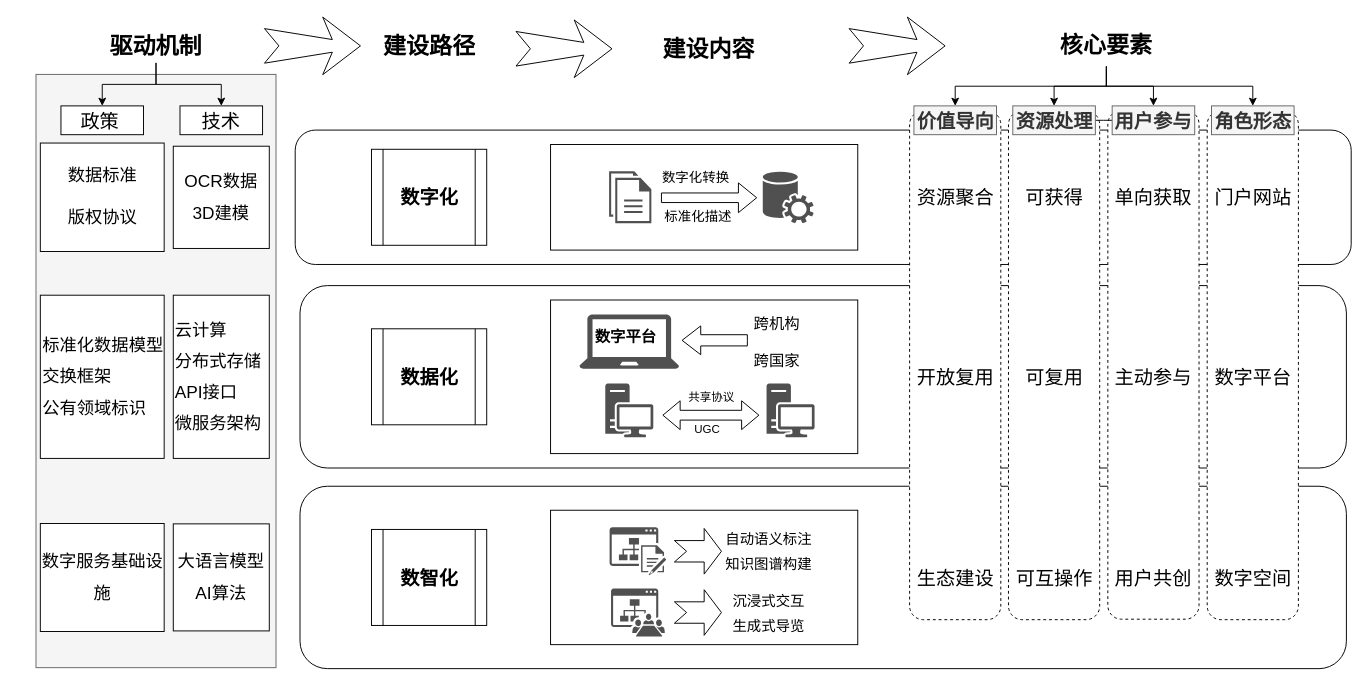
The draw.io diagram 小宝架构1.drawio in Utah-wu/draw.io, before the edit. Source tidied: cells renumbered, new cells numbered last; positions are measured from the earlier drawing's top-left corner, leaving out a move shared by most shapes. Both pictures are drawn from the tidied source at 96%, with x=0, y=0 at pixel (36, 16).
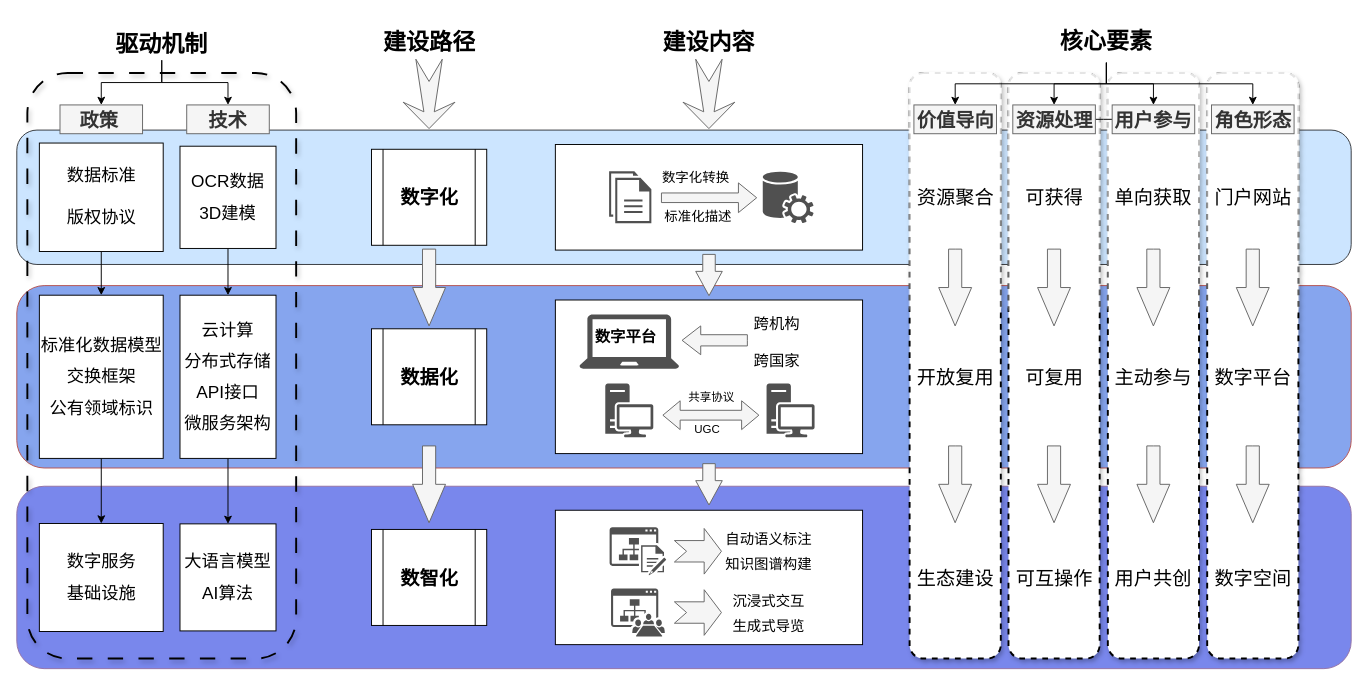
After the change.

Commit message (it also covers changes not shown here):
更新小宝架构1.drawio

The change refers to these unchanged cells:
```xml
<mxCell id="18" style="group;" parent="1" vertex="1">
  <mxGeometry x="651" y="153" width="98" height="70" as="geometry" />
</mxCell>
```

The edit, as a diff of the source:
```diff
@@
-    <mxCell id="2" style="rounded=1;whiteSpace=wrap;html=1;" parent="1" vertex="1">
-      <mxGeometry x="275" y="489" width="1090" height="190" as="geometry" />
+    <mxCell id="2" style="rounded=1;whiteSpace=wrap;html=1;fillColor=light-dark(#7987ec, #392f3f);strokeColor=#9673a6;" parent="1" vertex="1">
+      <mxGeometry x="-20" y="489" width="1390" height="190" as="geometry" />
     </mxCell>
-    <mxCell id="3" style="rounded=1;whiteSpace=wrap;html=1;" parent="1" vertex="1">
-      <mxGeometry x="275" y="280" width="1090" height="190" as="geometry" />
+    <mxCell id="3" style="rounded=1;whiteSpace=wrap;html=1;fillColor=light-dark(#86a5ee, #512d2b);strokeColor=#b85450;" parent="1" vertex="1">
+      <mxGeometry x="-20" y="280" width="1390" height="190" as="geometry" />
     </mxCell>
-    <mxCell id="4" style="rounded=1;whiteSpace=wrap;html=1;" parent="1" vertex="1">
-      <mxGeometry x="270" y="118" width="1100" height="140" as="geometry" />
+    <mxCell id="4" style="rounded=1;whiteSpace=wrap;html=1;fillColor=#cce5ff;strokeColor=#36393d;" parent="1" vertex="1">
+      <mxGeometry x="-20" y="118" width="1390" height="140" as="geometry" />
     </mxCell>
+    <mxCell id="28" style="rounded=1;whiteSpace=wrap;html=1;fillColor=none;dashed=1;dashPattern=8 8;strokeWidth=2;perimeterSpacing=0;shadow=1;glass=1;" parent="1" vertex="1">
+      <mxGeometry x="-9" y="58.5" width="280" height="610" as="geometry" />
+    </mxCell>
-    <mxCell id="5" style="rounded=1;whiteSpace=wrap;html=1;align=left;dashed=1;fontSize=14;" parent="1" vertex="1">
-      <mxGeometry x="1220" y="98" width="95" height="530" as="geometry" />
+    <mxCell id="5" style="rounded=1;whiteSpace=wrap;html=1;align=left;dashed=1;fontSize=14;fillColor=default;strokeWidth=2;perimeterSpacing=0;shadow=1;glass=1;" parent="1" vertex="1">
+      <mxGeometry x="1220" y="58.5" width="95" height="610" as="geometry" />
     </mxCell>
-    <mxCell id="6" style="rounded=1;whiteSpace=wrap;html=1;align=left;dashed=1;fontSize=14;" parent="1" vertex="1">
-      <mxGeometry x="1116.5" y="97.5" width="95" height="530" as="geometry" />
+    <mxCell id="6" style="rounded=1;whiteSpace=wrap;html=1;align=left;dashed=1;fontSize=14;fillColor=default;strokeWidth=2;perimeterSpacing=0;shadow=1;glass=1;" parent="1" vertex="1">
+      <mxGeometry x="1116.5" y="58.5" width="95" height="610" as="geometry" />
     </mxCell>
-    <mxCell id="7" style="rounded=1;whiteSpace=wrap;html=1;align=left;dashed=1;fontSize=14;" parent="1" vertex="1">
-      <mxGeometry x="1013" y="98" width="95" height="530" as="geometry" />
+    <mxCell id="7" style="rounded=1;whiteSpace=wrap;html=1;align=left;dashed=1;fontSize=14;fillColor=default;strokeWidth=2;perimeterSpacing=0;shadow=1;glass=1;" parent="1" vertex="1">
+      <mxGeometry x="1013" y="58.5" width="95" height="610" as="geometry" />
     </mxCell>
-    <mxCell id="8" style="rounded=1;whiteSpace=wrap;html=1;align=left;dashed=1;fontSize=14;" parent="1" vertex="1">
-      <mxGeometry x="910" y="98" width="95" height="530" as="geometry" />
+    <mxCell id="8" style="rounded=1;whiteSpace=wrap;html=1;align=left;dashed=1;fontSize=14;fillColor=default;strokeWidth=2;perimeterSpacing=0;shadow=1;glass=1;" parent="1" vertex="1">
+      <mxGeometry x="910" y="58.5" width="95" height="610" as="geometry" />
     </mxCell>
     <mxCell id="9" style="rounded=0;whiteSpace=wrap;html=1;" parent="1" vertex="1">
-      <mxGeometry x="536" y="133" width="320" height="110" as="geometry" />
+      <mxGeometry x="541" y="133" width="320" height="110" as="geometry" />
     </mxCell>
     <mxCell id="10" style="rounded=0;whiteSpace=wrap;html=1;" parent="1" vertex="1">
-      <mxGeometry x="536" y="514" width="320" height="140" as="geometry" />
+      <mxGeometry x="541" y="514" width="320" height="140" as="geometry" />
     </mxCell>
     <mxCell id="11" style="rounded=0;whiteSpace=wrap;html=1;" parent="1" vertex="1">
-      <mxGeometry x="536" y="295" width="320" height="160" as="geometry" />
+      <mxGeometry x="541" y="295" width="320" height="160" as="geometry" />
     </mxCell>
@@
     <mxCell id="13" value="&lt;h1 style=&quot;margin-top: 0px;&quot;&gt;核心要素&lt;/h1&gt;" style="text;html=1;whiteSpace=wrap;overflow=hidden;rounded=0;align=center;" parent="1" vertex="1">
-      <mxGeometry x="1036" y="8.8" width="158" height="43" as="geometry" />
+      <mxGeometry x="1036" y="4.8" width="158" height="43" as="geometry" />
     </mxCell>
@@
-    <mxCell id="19" style="shape=flexArrow;endArrow=classic;html=1;rounded=0;exitX=0.538;exitY=0.833;exitDx=0;exitDy=0;exitPerimeter=0;" parent="18" edge="1">
+    <mxCell id="19" style="shape=flexArrow;endArrow=classic;html=1;rounded=0;exitX=0.538;exitY=0.833;exitDx=0;exitDy=0;exitPerimeter=0;fillColor=#f5f5f5;strokeColor=#666666;" parent="18" edge="1">
       <mxGeometry relative="1" as="geometry">
         <mxPoint y="35.5" as="sourcePoint" />
         <mxPoint x="100.2" y="35.5" as="targetPoint" />
       </mxGeometry>
     </mxCell>
@@
-    <mxCell id="23" style="html=1;shadow=0;dashed=0;align=center;verticalAlign=middle;shape=mxgraph.arrows2.arrow;dy=0.61;dx=19.42;flipH=1;notch=0;" parent="1" vertex="1">
+    <mxCell id="23" style="html=1;shadow=0;dashed=0;align=center;verticalAlign=middle;shape=mxgraph.arrows2.arrow;dy=0.61;dx=19.42;flipH=1;notch=0;fillColor=#f5f5f5;strokeColor=#666666;fontColor=#333333;" parent="1" vertex="1">
       <mxGeometry x="673" y="322" width="68" height="30" as="geometry" />
     </mxCell>
-    <mxCell id="24" style="html=1;shadow=0;dashed=0;align=center;verticalAlign=middle;shape=mxgraph.arrows2.twoWayArrow;dy=0.66;dx=17.99;" parent="1" vertex="1">
+    <mxCell id="24" style="html=1;shadow=0;dashed=0;align=center;verticalAlign=middle;shape=mxgraph.arrows2.twoWayArrow;dy=0.66;dx=17.99;fillColor=#f5f5f5;strokeColor=#666666;fontColor=#333333;" parent="1" vertex="1">
       <mxGeometry x="653" y="400" width="100" height="30" as="geometry" />
     </mxCell>
@@
-    <mxCell id="28" style="rounded=0;whiteSpace=wrap;html=1;fillColor=#f5f5f5;fontColor=#333333;strokeColor=#666666;" parent="1" vertex="1">
-      <mxGeometry y="60" width="250" height="618" as="geometry" />
-    </mxCell>
@@
     <mxCell id="30" value="&lt;h1 style=&quot;margin-top: 0px;&quot;&gt;驱动机制&lt;/h1&gt;" style="text;html=1;whiteSpace=wrap;overflow=hidden;rounded=0;align=center;" parent="1" vertex="1">
-      <mxGeometry x="46" y="10.3" width="158" height="37.7" as="geometry" />
+      <mxGeometry x="52" y="7.5" width="158" height="37.7" as="geometry" />
     </mxCell>
-    <mxCell id="31" value="技术" style="whiteSpace=wrap;html=1;align=center;verticalAlign=middle;newEdgeStyle={&quot;edgeStyle&quot;:&quot;elbowEdgeStyle&quot;,&quot;startArrow&quot;:&quot;none&quot;,&quot;endArrow&quot;:&quot;none&quot;};fontSize=20;" parent="1" vertex="1">
-      <mxGeometry x="150" y="92.8" width="86" height="30" as="geometry" />
+    <mxCell id="31" value="技术" style="whiteSpace=wrap;html=1;align=center;verticalAlign=middle;newEdgeStyle={&quot;edgeStyle&quot;:&quot;elbowEdgeStyle&quot;,&quot;startArrow&quot;:&quot;none&quot;,&quot;endArrow&quot;:&quot;none&quot;};fontSize=20;fillColor=#f5f5f5;fontColor=#333333;strokeColor=#666666;fontStyle=1;" parent="1" vertex="1">
+      <mxGeometry x="157" y="91.8" width="86" height="30" as="geometry" />
     </mxCell>
-    <mxCell id="32" value="政策&lt;span style=&quot;white-space: pre;&quot;&gt;&#9;&lt;/span&gt;" style="whiteSpace=wrap;html=1;align=center;verticalAlign=middle;newEdgeStyle={&quot;edgeStyle&quot;:&quot;elbowEdgeStyle&quot;,&quot;startArrow&quot;:&quot;none&quot;,&quot;endArrow&quot;:&quot;none&quot;};fontSize=20;" parent="1" vertex="1">
-      <mxGeometry x="26" y="92.8" width="86" height="30" as="geometry" />
+    <mxCell id="32" value="政策&lt;span style=&quot;white-space: pre;&quot;&gt;&#9;&lt;/span&gt;" style="whiteSpace=wrap;html=1;align=center;verticalAlign=middle;newEdgeStyle={&quot;edgeStyle&quot;:&quot;elbowEdgeStyle&quot;,&quot;startArrow&quot;:&quot;none&quot;,&quot;endArrow&quot;:&quot;none&quot;};fontSize=20;fillColor=#f5f5f5;fontColor=#333333;strokeColor=#666666;fontStyle=1;" parent="1" vertex="1">
+      <mxGeometry x="25" y="91.8" width="86" height="30" as="geometry" />
     </mxCell>
+    <mxCell id="78" style="edgeStyle=orthogonalEdgeStyle;rounded=0;jettySize=auto;html=1;" parent="1" edge="1" source="33" target="37">
+      <mxGeometry relative="1" as="geometry" />
+    </mxCell>
     <mxCell id="33" value="数据标准&lt;div&gt;&lt;br&gt;&lt;/div&gt;&lt;div&gt;版权协议&lt;/div&gt;" style="rounded=0;whiteSpace=wrap;html=1;fontSize=18;" parent="1" vertex="1">
-      <mxGeometry x="4.5" y="131.5" width="129" height="113" as="geometry" />
+      <mxGeometry x="3.5" y="131.5" width="129" height="113" as="geometry" />
     </mxCell>
-    <mxCell id="34" value="&lt;div style=&quot;line-height: 180%;&quot;&gt;数字服务基础设施&lt;/div&gt;" style="rounded=0;whiteSpace=wrap;html=1;fontSize=18;" parent="1" vertex="1">
-      <mxGeometry x="4.5" y="527.8" width="129" height="112.5" as="geometry" />
+    <mxCell id="34" value="&lt;div style=&quot;line-height: 180%;&quot;&gt;数字服务&lt;/div&gt;&lt;div style=&quot;line-height: 180%;&quot;&gt;基础设施&lt;/div&gt;" style="rounded=0;whiteSpace=wrap;html=1;fontSize=18;" parent="1" vertex="1">
+      <mxGeometry x="3.5" y="527.8" width="129" height="112.5" as="geometry" />
     </mxCell>
+    <mxCell id="79" style="edgeStyle=orthogonalEdgeStyle;rounded=0;jettySize=auto;html=1;" parent="1" edge="1" source="35" target="38">
+      <mxGeometry relative="1" as="geometry" />
+    </mxCell>
-    <mxCell id="35" value="&lt;div style=&quot;line-height: 180%;&quot;&gt;云计算&lt;div&gt;分布式存储&lt;/div&gt;&lt;div&gt;API接口&lt;/div&gt;&lt;div&gt;微服务架构&lt;/div&gt;&lt;/div&gt;" style="rounded=0;whiteSpace=wrap;html=1;align=left;fontSize=18;" parent="1" vertex="1">
-      <mxGeometry x="143" y="290" width="100" height="170" as="geometry" />
+    <mxCell id="35" value="&lt;div style=&quot;line-height: 180%;&quot;&gt;云计算&lt;div&gt;分布式存储&lt;/div&gt;&lt;div&gt;API接口&lt;/div&gt;&lt;div&gt;微服务架构&lt;/div&gt;&lt;/div&gt;" style="rounded=0;whiteSpace=wrap;html=1;align=center;fontSize=18;" parent="1" vertex="1">
+      <mxGeometry x="150" y="290" width="100" height="170" as="geometry" />
     </mxCell>
+    <mxCell id="80" style="edgeStyle=orthogonalEdgeStyle;rounded=0;jettySize=auto;html=1;" parent="1" edge="1" source="36" target="35">
+      <mxGeometry relative="1" as="geometry" />
+    </mxCell>
-    <mxCell id="36" value="&lt;div style=&quot;line-height: 180%;&quot;&gt;OCR数据&lt;div&gt;3D建模&lt;/div&gt;&lt;/div&gt;" style="rounded=0;whiteSpace=wrap;html=1;fontSize=18;" parent="1" vertex="1">
-      <mxGeometry x="143" y="134.8" width="100" height="106.5" as="geometry" />
+    <mxCell id="36" value="&lt;div style=&quot;line-height: 180%;&quot;&gt;OCR数据&lt;div&gt;3D建模&lt;/div&gt;&lt;/div&gt;" style="rounded=0;whiteSpace=wrap;html=1;fontSize=18;align=center;" parent="1" vertex="1">
+      <mxGeometry x="150" y="134.8" width="100" height="106.5" as="geometry" />
     </mxCell>
+    <mxCell id="81" style="edgeStyle=orthogonalEdgeStyle;rounded=0;jettySize=auto;html=1;" parent="1" edge="1" source="37" target="34">
+      <mxGeometry relative="1" as="geometry" />
+    </mxCell>
-    <mxCell id="37" value="&lt;div style=&quot;line-height: 180%;&quot;&gt;&lt;div&gt;标准化数据模型&lt;/div&gt;&lt;div&gt;交换框架&lt;/div&gt;&lt;div&gt;公有领域标识&lt;/div&gt;&lt;/div&gt;" style="rounded=0;whiteSpace=wrap;html=1;align=left;spacing=2;spacingTop=0;fontSize=18;" parent="1" vertex="1">
-      <mxGeometry x="4.5" y="290" width="129" height="170" as="geometry" />
+    <mxCell id="37" value="&lt;div style=&quot;line-height: 180%;&quot;&gt;&lt;div&gt;标准化数据模型&lt;/div&gt;&lt;div&gt;交换框架&lt;/div&gt;&lt;div&gt;公有领域标识&lt;/div&gt;&lt;/div&gt;" style="rounded=0;whiteSpace=wrap;html=1;align=center;spacing=2;spacingTop=0;fontSize=18;" parent="1" vertex="1">
+      <mxGeometry x="3.5" y="290" width="129" height="170" as="geometry" />
     </mxCell>
-    <mxCell id="38" value="&lt;div style=&quot;line-height: 180%;&quot;&gt;大语言模型&lt;div&gt;AI算法&lt;/div&gt;&lt;/div&gt;" style="rounded=0;whiteSpace=wrap;html=1;fontSize=18;" parent="1" vertex="1">
-      <mxGeometry x="143" y="528.2" width="100" height="111.5" as="geometry" />
+    <mxCell id="38" value="&lt;div style=&quot;line-height: 180%;&quot;&gt;大语言模型&lt;div&gt;AI算法&lt;/div&gt;&lt;/div&gt;" style="rounded=0;whiteSpace=wrap;html=1;fontSize=18;align=center;" parent="1" vertex="1">
+      <mxGeometry x="150" y="528.2" width="100" height="111.5" as="geometry" />
     </mxCell>
@@
     <mxCell id="40" value="资源处理" style="whiteSpace=wrap;html=1;align=center;verticalAlign=middle;newEdgeStyle={&quot;edgeStyle&quot;:&quot;elbowEdgeStyle&quot;,&quot;startArrow&quot;:&quot;none&quot;,&quot;endArrow&quot;:&quot;none&quot;};fillColor=#f5f5f5;fontColor=#333333;strokeColor=#666666;fontStyle=1;fontSize=20;" parent="1" vertex="1">
-      <mxGeometry x="1017.5" y="92.8" width="86" height="30" as="geometry" />
+      <mxGeometry x="1017.5" y="91.8" width="86" height="30" as="geometry" />
     </mxCell>
     <mxCell id="41" value="价值导向" style="whiteSpace=wrap;html=1;align=center;verticalAlign=middle;newEdgeStyle={&quot;edgeStyle&quot;:&quot;elbowEdgeStyle&quot;,&quot;startArrow&quot;:&quot;none&quot;,&quot;endArrow&quot;:&quot;none&quot;};fillColor=#f5f5f5;fontColor=#333333;strokeColor=#666666;fontStyle=1;fontSize=20;" parent="1" vertex="1">
-      <mxGeometry x="914.5" y="92.8" width="86" height="30" as="geometry" />
+      <mxGeometry x="914.5" y="91.8" width="86" height="30" as="geometry" />
     </mxCell>
     <mxCell id="42" value="用户参与" style="whiteSpace=wrap;html=1;align=center;verticalAlign=middle;newEdgeStyle={&quot;edgeStyle&quot;:&quot;elbowEdgeStyle&quot;,&quot;startArrow&quot;:&quot;none&quot;,&quot;endArrow&quot;:&quot;none&quot;};fillColor=#f5f5f5;fontColor=#333333;strokeColor=#666666;fontStyle=1;fontSize=20;" parent="1" vertex="1">
-      <mxGeometry x="1121" y="92.8" width="86" height="30" as="geometry" />
+      <mxGeometry x="1121" y="91.8" width="86" height="30" as="geometry" />
     </mxCell>
     <mxCell id="43" value="角色形态" style="whiteSpace=wrap;html=1;align=center;verticalAlign=middle;newEdgeStyle={&quot;edgeStyle&quot;:&quot;elbowEdgeStyle&quot;,&quot;startArrow&quot;:&quot;none&quot;,&quot;endArrow&quot;:&quot;none&quot;};fillColor=#f5f5f5;fontColor=#333333;strokeColor=#666666;fontStyle=1;fontSize=20;" parent="1" vertex="1">
-      <mxGeometry x="1224.5" y="92.8" width="86" height="30" as="geometry" />
+      <mxGeometry x="1224.5" y="91.8" width="86" height="30" as="geometry" />
     </mxCell>
@@
     <mxCell id="47" value="&lt;h1 style=&quot;margin-top: 0px;&quot;&gt;建设路径&lt;/h1&gt;" style="text;html=1;whiteSpace=wrap;overflow=hidden;rounded=0;align=center;" parent="1" vertex="1">
-      <mxGeometry x="330.5" y="10.3" width="158" height="40" as="geometry" />
+      <mxGeometry x="330.5" y="6.3" width="158" height="40" as="geometry" />
     </mxCell>
     <mxCell id="48" value="&lt;h1 style=&quot;margin-top: 0px;&quot;&gt;建设内容&lt;/h1&gt;" style="text;html=1;whiteSpace=wrap;overflow=hidden;rounded=0;align=center;" parent="1" vertex="1">
-      <mxGeometry x="622" y="13.3" width="158" height="40" as="geometry" />
+      <mxGeometry x="622" y="6.3" width="158" height="40" as="geometry" />
     </mxCell>
-    <mxCell id="49" style="html=1;shadow=0;dashed=0;align=center;verticalAlign=middle;shape=mxgraph.arrows2.stylisedArrow;dy=0.78;dx=29.33;notch=15;feather=0.4;" parent="1" vertex="1">
-      <mxGeometry x="238" y="0.3" width="100" height="60" as="geometry" />
-    </mxCell>
-    <mxCell id="50" style="html=1;shadow=0;dashed=0;align=center;verticalAlign=middle;shape=mxgraph.arrows2.stylisedArrow;dy=0.78;dx=29.33;notch=15;feather=0.4;" parent="1" vertex="1">
-      <mxGeometry x="500" y="3.3" width="100" height="60" as="geometry" />
+    <mxCell id="50" style="html=1;shadow=0;dashed=0;align=center;verticalAlign=middle;shape=mxgraph.arrows2.stylisedArrow;dy=0.8;dx=17.48;notch=23.21;feather=0.49;rotation=90;fillColor=#f5f5f5;strokeColor=#666666;fontColor=#333333;" parent="1" vertex="1">
+      <mxGeometry x="373.3" y="53.3" width="72.3" height="54" as="geometry" />
     </mxCell>
-    <mxCell id="51" style="html=1;shadow=0;dashed=0;align=center;verticalAlign=middle;shape=mxgraph.arrows2.stylisedArrow;dy=0.78;dx=29.33;notch=15;feather=0.4;" parent="1" vertex="1">
-      <mxGeometry x="847" y="0.3" width="100" height="60" as="geometry" />
-    </mxCell>
@@
-    <mxCell id="75" style="edgeStyle=orthogonalEdgeStyle;rounded=0;jettySize=auto;html=1;entryX=0.5;entryY=0;entryDx=0;entryDy=0;exitX=0.5;exitY=1;exitDx=0;exitDy=0;" parent="1" edge="1" source="30" target="32">
-      <mxGeometry relative="1" as="geometry" />
-    </mxCell>
-    <mxCell id="76" style="html=1;shadow=0;dashed=0;align=center;verticalAlign=middle;shape=mxgraph.arrows2.arrow;dy=0.53;dx=18;notch=12.68;" parent="1" vertex="1">
+    <mxCell id="76" style="html=1;shadow=0;dashed=0;align=center;verticalAlign=middle;shape=mxgraph.arrows2.arrow;dy=0.53;dx=18;notch=12.68;fillColor=#f5f5f5;strokeColor=#666666;fontColor=#333333;" parent="1" vertex="1">
       <mxGeometry x="665" y="533" width="49" height="47.5" as="geometry" />
     </mxCell>
-    <mxCell id="77" style="html=1;shadow=0;dashed=0;align=center;verticalAlign=middle;shape=mxgraph.arrows2.arrow;dy=0.53;dx=18;notch=12.68;" parent="1" vertex="1">
+    <mxCell id="77" style="html=1;shadow=0;dashed=0;align=center;verticalAlign=middle;shape=mxgraph.arrows2.arrow;dy=0.53;dx=18;notch=12.68;fillColor=#f5f5f5;strokeColor=#666666;fontColor=#333333;" parent="1" vertex="1">
       <mxGeometry x="665" y="596.8" width="49" height="47.5" as="geometry" />
     </mxCell>
+    <mxCell id="75" style="edgeStyle=orthogonalEdgeStyle;rounded=0;jettySize=auto;html=1;entryX=0.5;entryY=0;entryDx=0;entryDy=0;exitX=0.5;exitY=1;exitDx=0;exitDy=0;" parent="1" edge="1" source="30" target="32">
+      <mxGeometry relative="1" as="geometry" />
+    </mxCell>
+    <mxCell id="82" style="html=1;shadow=0;dashed=0;align=center;verticalAlign=middle;shape=mxgraph.arrows2.stylisedArrow;dy=0.8;dx=17.48;notch=23.21;feather=0.49;rotation=90;fillColor=#f5f5f5;strokeColor=#666666;fontColor=#333333;" parent="1" vertex="1">
+      <mxGeometry x="664.8" y="53.3" width="72.3" height="54" as="geometry" />
+    </mxCell>
+    <mxCell id="83" style="html=1;shadow=0;dashed=0;align=center;verticalAlign=middle;shape=mxgraph.arrows2.arrow;dy=0.6;dx=40;direction=south;notch=0;fillColor=#f5f5f5;strokeColor=#666666;fontColor=#333333;" parent="1" vertex="1">
+      <mxGeometry x="392.3" y="242" width="34.3" height="80" as="geometry" />
+    </mxCell>
+    <mxCell id="84" style="html=1;shadow=0;dashed=0;align=center;verticalAlign=middle;shape=mxgraph.arrows2.arrow;dy=0.6;dx=40;direction=south;notch=0;fillColor=#f5f5f5;strokeColor=#666666;fontColor=#333333;" parent="1" vertex="1">
+      <mxGeometry x="392.3" y="447" width="34.3" height="80" as="geometry" />
+    </mxCell>
+    <mxCell id="85" style="html=1;shadow=0;dashed=0;align=center;verticalAlign=middle;shape=mxgraph.arrows2.arrow;dy=0.6;dx=40;direction=south;notch=0;fillColor=#f5f5f5;strokeColor=#666666;fontColor=#333333;" parent="1" vertex="1">
+      <mxGeometry x="940.3" y="242" width="34.3" height="80" as="geometry" />
+    </mxCell>
+    <mxCell id="86" style="html=1;shadow=0;dashed=0;align=center;verticalAlign=middle;shape=mxgraph.arrows2.arrow;dy=0.6;dx=40;direction=south;notch=0;fillColor=#f5f5f5;strokeColor=#666666;fontColor=#333333;" parent="1" vertex="1">
+      <mxGeometry x="1043.3" y="242" width="34.3" height="80" as="geometry" />
+    </mxCell>
+    <mxCell id="87" style="html=1;shadow=0;dashed=0;align=center;verticalAlign=middle;shape=mxgraph.arrows2.arrow;dy=0.6;dx=40;direction=south;notch=0;fillColor=#f5f5f5;strokeColor=#666666;fontColor=#333333;" parent="1" vertex="1">
+      <mxGeometry x="1146.8" y="242" width="34.3" height="80" as="geometry" />
+    </mxCell>
+    <mxCell id="88" style="html=1;shadow=0;dashed=0;align=center;verticalAlign=middle;shape=mxgraph.arrows2.arrow;dy=0.6;dx=40;direction=south;notch=0;fillColor=#f5f5f5;strokeColor=#666666;fontColor=#333333;" parent="1" vertex="1">
+      <mxGeometry x="1250.3" y="242" width="34.3" height="80" as="geometry" />
+    </mxCell>
+    <mxCell id="89" style="html=1;shadow=0;dashed=0;align=center;verticalAlign=middle;shape=mxgraph.arrows2.arrow;dy=0.6;dx=40;direction=south;notch=0;fillColor=#f5f5f5;strokeColor=#666666;fontColor=#333333;" parent="1" vertex="1">
+      <mxGeometry x="940.3" y="447" width="34.3" height="80" as="geometry" />
+    </mxCell>
+    <mxCell id="90" style="html=1;shadow=0;dashed=0;align=center;verticalAlign=middle;shape=mxgraph.arrows2.arrow;dy=0.6;dx=40;direction=south;notch=0;fillColor=#f5f5f5;strokeColor=#666666;fontColor=#333333;" parent="1" vertex="1">
+      <mxGeometry x="1043.3" y="447" width="34.3" height="80" as="geometry" />
+    </mxCell>
+    <mxCell id="91" style="html=1;shadow=0;dashed=0;align=center;verticalAlign=middle;shape=mxgraph.arrows2.arrow;dy=0.6;dx=40;direction=south;notch=0;fillColor=#f5f5f5;strokeColor=#666666;fontColor=#333333;" parent="1" vertex="1">
+      <mxGeometry x="1146.8" y="447" width="34.3" height="80" as="geometry" />
+    </mxCell>
+    <mxCell id="92" style="html=1;shadow=0;dashed=0;align=center;verticalAlign=middle;shape=mxgraph.arrows2.arrow;dy=0.6;dx=40;direction=south;notch=0;fillColor=#f5f5f5;strokeColor=#666666;fontColor=#333333;" parent="1" vertex="1">
+      <mxGeometry x="1250.3" y="447" width="34.3" height="80" as="geometry" />
+    </mxCell>
+    <mxCell id="93" style="html=1;shadow=0;dashed=0;align=center;verticalAlign=middle;shape=mxgraph.arrows2.arrow;dy=0.53;dx=25.33;direction=south;notch=0;fillColor=#f5f5f5;strokeColor=#666666;fontColor=#333333;" parent="1" vertex="1">
+      <mxGeometry x="687.2" y="247.5" width="27.7" height="43" as="geometry" />
+    </mxCell>
+    <mxCell id="94" style="html=1;shadow=0;dashed=0;align=center;verticalAlign=middle;shape=mxgraph.arrows2.arrow;dy=0.53;dx=25.33;direction=south;notch=0;fillColor=#f5f5f5;strokeColor=#666666;fontColor=#333333;" parent="1" vertex="1">
+      <mxGeometry x="687.2" y="465.5" width="27.7" height="43" as="geometry" />
+    </mxCell>
```
